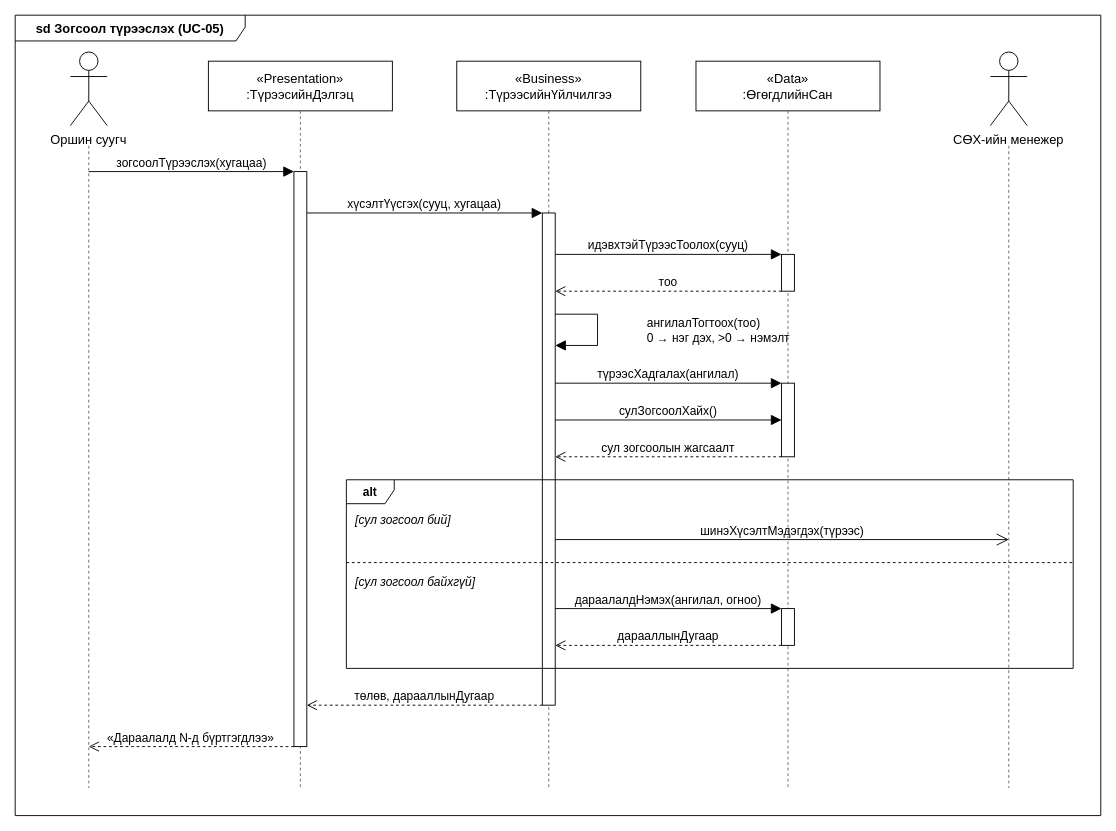
Earlier version of the draw.io diagram docs/drawio/lab5-sequence.drawio (Uuganaaa12/suh-burtgel). Source tidied: cells renumbered, new cells numbered last; positions are measured from the earlier drawing's top-left corner, leaving out a move shared by most shapes. Both pictures are drawn from the tidied source at 92%, with x=0, y=0 at pixel (15, 15).
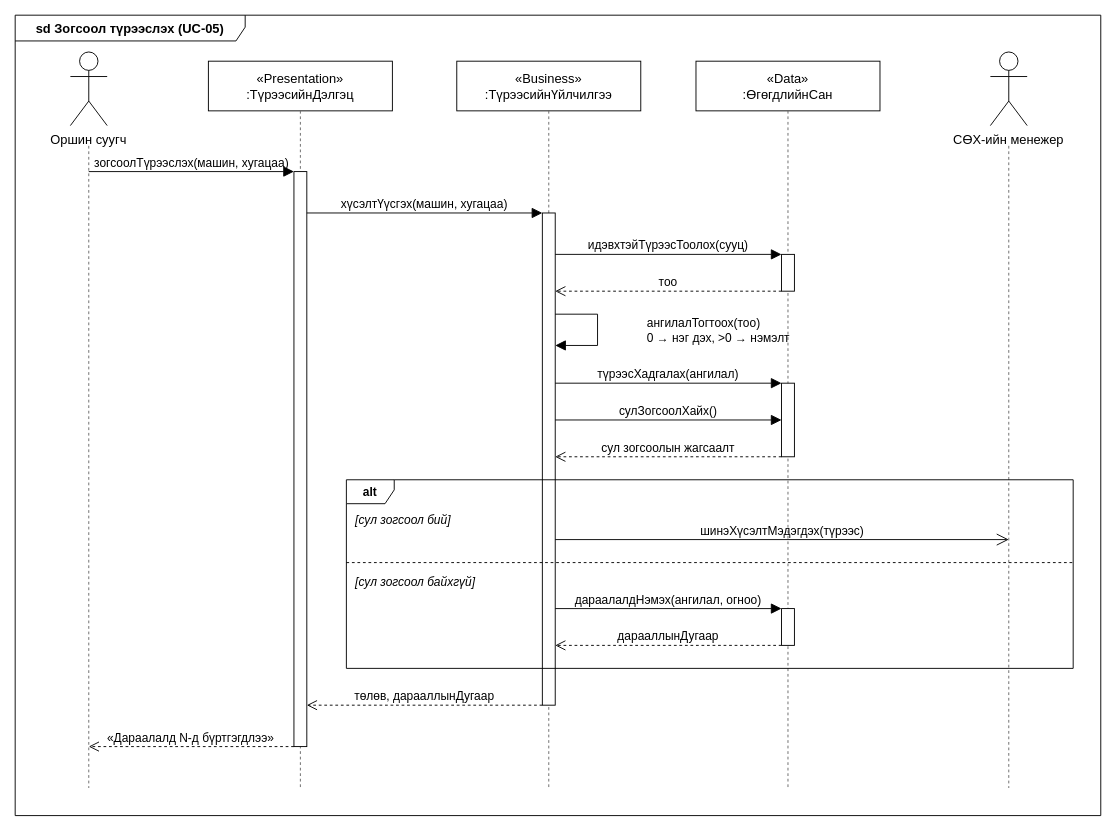
After the change.

Commit message (it also covers changes not shown here):
Загвар: зогсоолын түрээсийг машинтай холбов (ERD, Лаб 5)

What changed in the source:
```diff
@@
-    <mxCell id="18" value="зогсоолТүрээслэх(хугацаа)" style="html=0;rounded=0;fontFamily=Helvetica;fontSize=13;endArrow=block;endFill=1;endSize=9;verticalAlign=bottom;labelBackgroundColor=none;fontSize=13;" parent="1" edge="1">
+    <mxCell id="18" value="зогсоолТүрээслэх(машин, хугацаа)" style="html=0;rounded=0;fontFamily=Helvetica;fontSize=13;endArrow=block;endFill=1;endSize=9;verticalAlign=bottom;labelBackgroundColor=none;fontSize=13;" parent="1" edge="1">
       <mxGeometry relative="1" as="geometry">
         <mxPoint x="80" y="170" as="sourcePoint" />
         <mxPoint x="303" y="170" as="targetPoint" />
       </mxGeometry>
     </mxCell>
-    <mxCell id="19" value="хүсэлтҮүсгэх(сууц, хугацаа)" style="html=0;rounded=0;fontFamily=Helvetica;fontSize=13;endArrow=block;endFill=1;endSize=9;verticalAlign=bottom;labelBackgroundColor=none;fontSize=13;" parent="1" edge="1">
+    <mxCell id="19" value="хүсэлтҮүсгэх(машин, хугацаа)" style="html=0;rounded=0;fontFamily=Helvetica;fontSize=13;endArrow=block;endFill=1;endSize=9;verticalAlign=bottom;labelBackgroundColor=none;fontSize=13;" parent="1" edge="1">
       <mxGeometry relative="1" as="geometry">
         <mxPoint x="317" y="215" as="sourcePoint" />
         <mxPoint x="573" y="215" as="targetPoint" />
       </mxGeometry>
     </mxCell>
```
